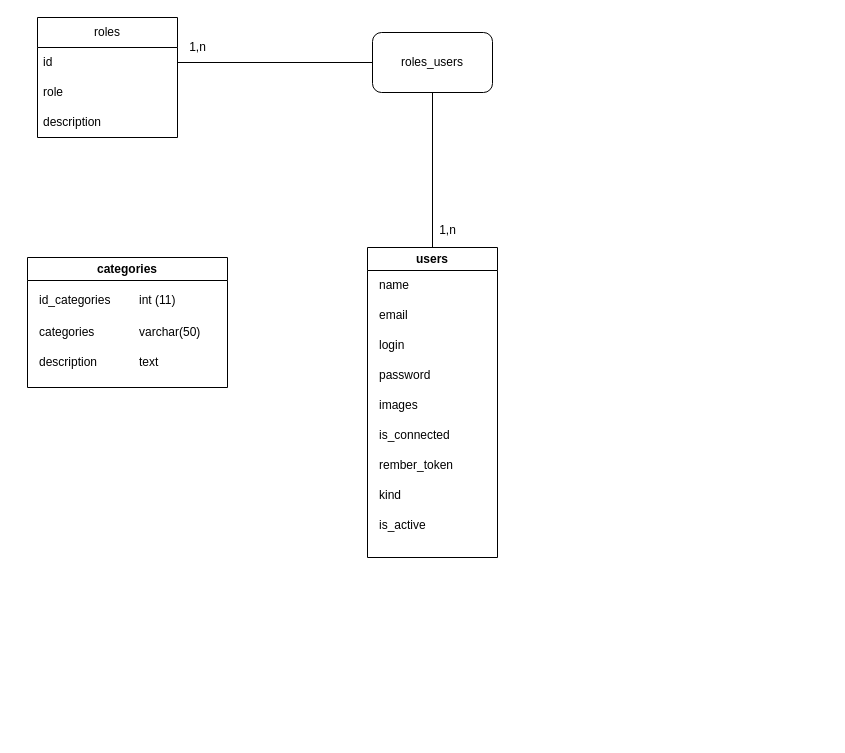
The draw.io diagram portefolio.drawio in bonheurKhmr/portefolio-backend, before the edit. Source tidied: cells renumbered, new cells numbered last; positions are measured from the earlier drawing's top-left corner, leaving out a move shared by most shapes. Both pictures are drawn from the tidied source at 100%, with x=0, y=0 at pixel (27, 17).
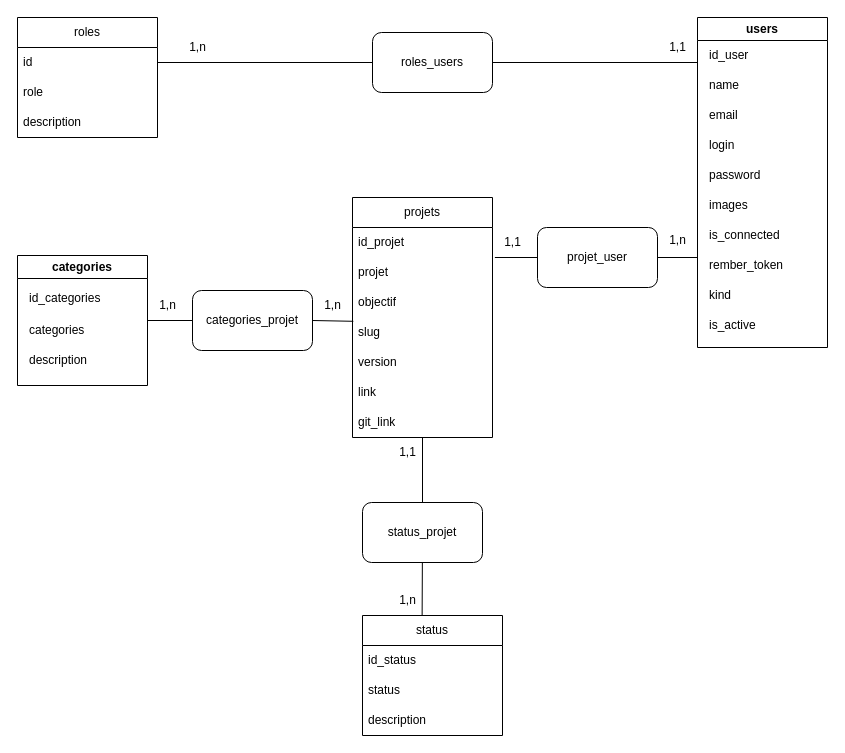
Above is the later version.

The change refers to these unchanged cells:
```xml
<mxCell id="23" value="roles_users" style="rounded=1;whiteSpace=wrap;html=1;textShadow=0;shadow=0;" parent="1" vertex="1">
  <mxGeometry x="345" y="15" width="120" height="60" as="geometry" />
</mxCell>
```

Diff of the diagram source:
```diff
@@
     <mxCell id="2" value="categories" style="swimlane;whiteSpace=wrap;html=1;" parent="1" vertex="1">
-      <mxGeometry y="240" width="200" height="130" as="geometry" />
+      <mxGeometry x="-10" y="238" width="130" height="130" as="geometry" />
     </mxCell>
@@
-    <mxCell id="6" value="&lt;div style=&quot;&quot;&gt;&lt;span style=&quot;background-color: initial;&quot;&gt;varchar(50&lt;/span&gt;&lt;span style=&quot;background-color: initial;&quot;&gt;)&lt;/span&gt;&lt;/div&gt;" style="text;html=1;align=left;verticalAlign=middle;strokeColor=none;fillColor=none;" parent="2" vertex="1">
-      <mxGeometry x="110" y="60" width="80" height="30" as="geometry" />
-    </mxCell>
-    <mxCell id="7" value="text" style="text;html=1;align=left;verticalAlign=middle;strokeColor=none;fillColor=none;" parent="2" vertex="1">
-      <mxGeometry x="110" y="90" width="40" height="30" as="geometry" />
-    </mxCell>
-    <mxCell id="8" value="int (11)" style="text;html=1;align=left;verticalAlign=middle;strokeColor=none;fillColor=none;" parent="1" vertex="1">
-      <mxGeometry x="110" y="268" width="60" height="30" as="geometry" />
-    </mxCell>
     <mxCell id="9" value="users" style="swimlane;whiteSpace=wrap;html=1;" parent="1" vertex="1">
-      <mxGeometry x="340" y="230" width="130" height="310" as="geometry" />
+      <mxGeometry x="670" width="130" height="330" as="geometry" />
     </mxCell>
-    <mxCell id="10" value="name" style="text;html=1;align=left;verticalAlign=middle;strokeColor=none;fillColor=none;" parent="9" vertex="1">
-      <mxGeometry x="10" y="23" width="50" height="30" as="geometry" />
+    <mxCell id="10" value="id_user" style="text;html=1;align=left;verticalAlign=middle;strokeColor=none;fillColor=none;" parent="9" vertex="1">
+      <mxGeometry x="10" y="23" width="60" height="30" as="geometry" />
     </mxCell>
-    <mxCell id="11" value="email" style="text;html=1;align=left;verticalAlign=middle;strokeColor=none;fillColor=none;" parent="9" vertex="1">
+    <mxCell id="11" value="name" style="text;html=1;align=left;verticalAlign=middle;strokeColor=none;fillColor=none;" parent="9" vertex="1">
       <mxGeometry x="10" y="53" width="50" height="30" as="geometry" />
     </mxCell>
-    <mxCell id="12" value="login" style="text;html=1;align=left;verticalAlign=middle;strokeColor=none;fillColor=none;" parent="9" vertex="1">
+    <mxCell id="12" value="email" style="text;html=1;align=left;verticalAlign=middle;strokeColor=none;fillColor=none;" parent="9" vertex="1">
       <mxGeometry x="10" y="83" width="50" height="30" as="geometry" />
     </mxCell>
-    <mxCell id="13" value="password" style="text;html=1;align=left;verticalAlign=middle;strokeColor=none;fillColor=none;" parent="9" vertex="1">
-      <mxGeometry x="10" y="113" width="70" height="30" as="geometry" />
+    <mxCell id="13" value="login" style="text;html=1;align=left;verticalAlign=middle;strokeColor=none;fillColor=none;" parent="9" vertex="1">
+      <mxGeometry x="10" y="113" width="50" height="30" as="geometry" />
     </mxCell>
-    <mxCell id="14" value="images" style="text;html=1;align=left;verticalAlign=middle;strokeColor=none;fillColor=none;" parent="9" vertex="1">
-      <mxGeometry x="10" y="143" width="60" height="30" as="geometry" />
+    <mxCell id="14" value="password" style="text;html=1;align=left;verticalAlign=middle;strokeColor=none;fillColor=none;" parent="9" vertex="1">
+      <mxGeometry x="10" y="143" width="70" height="30" as="geometry" />
     </mxCell>
-    <mxCell id="15" value="is_connected" style="text;html=1;align=left;verticalAlign=middle;strokeColor=none;fillColor=none;" parent="9" vertex="1">
-      <mxGeometry x="10" y="173" width="90" height="30" as="geometry" />
+    <mxCell id="15" value="images" style="text;html=1;align=left;verticalAlign=middle;strokeColor=none;fillColor=none;" parent="9" vertex="1">
+      <mxGeometry x="10" y="173" width="60" height="30" as="geometry" />
     </mxCell>
-    <mxCell id="16" value="rember_token" style="text;html=1;align=left;verticalAlign=middle;strokeColor=none;fillColor=none;" parent="9" vertex="1">
-      <mxGeometry x="10" y="203" width="100" height="30" as="geometry" />
+    <mxCell id="16" value="is_connected" style="text;html=1;align=left;verticalAlign=middle;strokeColor=none;fillColor=none;" parent="9" vertex="1">
+      <mxGeometry x="10" y="203" width="90" height="30" as="geometry" />
     </mxCell>
-    <mxCell id="17" value="kind" style="text;html=1;align=left;verticalAlign=middle;strokeColor=none;fillColor=none;" parent="9" vertex="1">
-      <mxGeometry x="10" y="233" width="50" height="30" as="geometry" />
+    <mxCell id="17" value="rember_token" style="text;html=1;align=left;verticalAlign=middle;strokeColor=none;fillColor=none;" parent="9" vertex="1">
+      <mxGeometry x="10" y="233" width="100" height="30" as="geometry" />
     </mxCell>
-    <mxCell id="18" value="is_active" style="text;html=1;align=left;verticalAlign=middle;strokeColor=none;fillColor=none;" parent="9" vertex="1">
-      <mxGeometry x="10" y="263" width="70" height="30" as="geometry" />
+    <mxCell id="18" value="kind" style="text;html=1;align=left;verticalAlign=middle;strokeColor=none;fillColor=none;" parent="9" vertex="1">
+      <mxGeometry x="10" y="263" width="50" height="30" as="geometry" />
     </mxCell>
+    <mxCell id="28" value="is_active" style="text;html=1;align=left;verticalAlign=middle;strokeColor=none;fillColor=none;" parent="9" vertex="1">
+      <mxGeometry x="10" y="293" width="70" height="30" as="geometry" />
+    </mxCell>
     <mxCell id="19" value="roles" style="swimlane;fontStyle=0;horizontal=1;startSize=30;whiteSpace=wrap;html=1;" parent="1" vertex="1">
-      <mxGeometry x="10" width="140" height="120" as="geometry" />
+      <mxGeometry x="-10" width="140" height="120" as="geometry" />
     </mxCell>
@@
-    <mxCell id="25" style="endArrow=none;html=1;rounded=0;" parent="1" edge="1" source="9" target="23">
-      <mxGeometry relative="1" as="geometry" />
-    </mxCell>
@@
-    <mxCell id="27" value="1,n" style="text;html=1;align=center;verticalAlign=middle;strokeColor=none;fillColor=none;" parent="1" vertex="1">
-      <mxGeometry x="400" y="198" width="40" height="30" as="geometry" />
-    </mxCell>
+    <mxCell id="29" value="status" style="swimlane;fontStyle=0;horizontal=1;startSize=30;whiteSpace=wrap;html=1;" parent="1" vertex="1">
+      <mxGeometry x="335" y="598" width="140" height="120" as="geometry" />
+    </mxCell>
+    <mxCell id="30" value="id_status" style="text;strokeColor=none;fillColor=none;align=left;verticalAlign=middle;spacingLeft=4;spacingRight=4;overflow=hidden;whiteSpace=wrap;html=1;" parent="29" vertex="1">
+      <mxGeometry y="30" width="140" height="30" as="geometry" />
+    </mxCell>
+    <mxCell id="31" value="status" style="text;strokeColor=none;fillColor=none;align=left;verticalAlign=middle;spacingLeft=4;spacingRight=4;overflow=hidden;whiteSpace=wrap;html=1;" parent="29" vertex="1">
+      <mxGeometry y="60" width="140" height="30" as="geometry" />
+    </mxCell>
+    <mxCell id="32" value="description" style="text;strokeColor=none;fillColor=none;align=left;verticalAlign=middle;spacingLeft=4;spacingRight=4;overflow=hidden;whiteSpace=wrap;html=1;" parent="29" vertex="1">
+      <mxGeometry y="90" width="140" height="30" as="geometry" />
+    </mxCell>
+    <mxCell id="33" style="endArrow=none;html=1;rounded=0;" parent="1" edge="1" target="23">
+      <mxGeometry relative="1" as="geometry">
+        <mxPoint x="670" y="45" as="sourcePoint" />
+      </mxGeometry>
+    </mxCell>
+    <mxCell id="34" value="1,1" style="text;html=1;align=center;verticalAlign=middle;strokeColor=none;fillColor=none;" parent="1" vertex="1">
+      <mxGeometry x="630" y="15" width="40" height="30" as="geometry" />
+    </mxCell>
+    <mxCell id="35" value="projets" style="swimlane;fontStyle=0;horizontal=1;startSize=30;whiteSpace=wrap;html=1;" parent="1" vertex="1">
+      <mxGeometry x="325" y="180" width="140" height="240" as="geometry" />
+    </mxCell>
+    <mxCell id="36" value="id_projet&lt;span style=&quot;white-space: pre;&quot;&gt;&#9;&lt;/span&gt;" style="text;strokeColor=none;fillColor=none;align=left;verticalAlign=middle;spacingLeft=4;spacingRight=4;overflow=hidden;points=[[0,0.5],[1,0.5]];portConstraint=eastwest;whiteSpace=wrap;html=1;" parent="35" vertex="1">
+      <mxGeometry y="30" width="140" height="30" as="geometry" />
+    </mxCell>
+    <mxCell id="37" value="projet" style="text;strokeColor=none;fillColor=none;align=left;verticalAlign=middle;spacingLeft=4;spacingRight=4;overflow=hidden;whiteSpace=wrap;html=1;" parent="35" vertex="1">
+      <mxGeometry y="60" width="140" height="30" as="geometry" />
+    </mxCell>
+    <mxCell id="38" value="objectif" style="text;strokeColor=none;fillColor=none;align=left;verticalAlign=middle;spacingLeft=4;spacingRight=4;overflow=hidden;whiteSpace=wrap;html=1;" parent="35" vertex="1">
+      <mxGeometry y="90" width="140" height="30" as="geometry" />
+    </mxCell>
+    <mxCell id="39" value="slug" style="text;strokeColor=none;fillColor=none;align=left;verticalAlign=middle;spacingLeft=4;spacingRight=4;overflow=hidden;points=[[0,0.5],[1,0.5]];portConstraint=eastwest;whiteSpace=wrap;html=1;" parent="35" vertex="1">
+      <mxGeometry y="120" width="140" height="30" as="geometry" />
+    </mxCell>
+    <mxCell id="40" value="version" style="text;strokeColor=none;fillColor=none;align=left;verticalAlign=middle;spacingLeft=4;spacingRight=4;overflow=hidden;whiteSpace=wrap;html=1;" parent="35" vertex="1">
+      <mxGeometry y="150" width="140" height="30" as="geometry" />
+    </mxCell>
+    <mxCell id="41" value="link" style="text;strokeColor=none;fillColor=none;align=left;verticalAlign=middle;spacingLeft=4;spacingRight=4;overflow=hidden;whiteSpace=wrap;html=1;" parent="35" vertex="1">
+      <mxGeometry y="180" width="140" height="30" as="geometry" />
+    </mxCell>
+    <mxCell id="42" value="git_link" style="text;strokeColor=none;fillColor=none;align=left;verticalAlign=middle;spacingLeft=4;spacingRight=4;overflow=hidden;points=[[0,0.5],[1,0.5]];portConstraint=eastwest;whiteSpace=wrap;html=1;" parent="35" vertex="1">
+      <mxGeometry y="210" width="140" height="30" as="geometry" />
+    </mxCell>
+    <mxCell id="43" value="projet_user" style="rounded=1;whiteSpace=wrap;html=1;" parent="1" vertex="1">
+      <mxGeometry x="510" y="210" width="120" height="60" as="geometry" />
+    </mxCell>
+    <mxCell id="44" style="endArrow=none;html=1;rounded=0;exitX=1.017;exitY=1;exitDx=0;exitDy=0;exitPerimeter=0;entryX=0;entryY=0.5;entryDx=0;entryDy=0;" parent="1" edge="1" source="36" target="43">
+      <mxGeometry relative="1" as="geometry" />
+    </mxCell>
+    <mxCell id="45" style="endArrow=none;html=1;rounded=0;entryX=1;entryY=0.5;entryDx=0;entryDy=0;" parent="1" edge="1" target="43">
+      <mxGeometry relative="1" as="geometry">
+        <mxPoint x="670" y="240" as="sourcePoint" />
+      </mxGeometry>
+    </mxCell>
+    <mxCell id="46" value="1,1" style="text;html=1;align=center;verticalAlign=middle;strokeColor=none;fillColor=none;" parent="1" vertex="1">
+      <mxGeometry x="465" y="210" width="40" height="30" as="geometry" />
+    </mxCell>
+    <mxCell id="47" value="1,n" style="text;html=1;align=center;verticalAlign=middle;strokeColor=none;fillColor=none;" parent="1" vertex="1">
+      <mxGeometry x="630" y="208" width="40" height="30" as="geometry" />
+    </mxCell>
+    <mxCell id="48" value="status_projet" style="rounded=1;whiteSpace=wrap;html=1;" parent="1" vertex="1">
+      <mxGeometry x="335" y="485" width="120" height="60" as="geometry" />
+    </mxCell>
+    <mxCell id="49" style="endArrow=none;html=1;rounded=0;exitX=0.426;exitY=-0.002;exitDx=0;exitDy=0;exitPerimeter=0;" parent="1" edge="1" source="29" target="48">
+      <mxGeometry relative="1" as="geometry" />
+    </mxCell>
+    <mxCell id="50" style="endArrow=none;html=1;rounded=0;entryX=0.5;entryY=0;entryDx=0;entryDy=0;" parent="1" edge="1" source="42" target="48">
+      <mxGeometry relative="1" as="geometry" />
+    </mxCell>
+    <mxCell id="51" value="1,1" style="text;html=1;align=center;verticalAlign=middle;strokeColor=none;fillColor=none;" parent="1" vertex="1">
+      <mxGeometry x="360" y="420" width="40" height="30" as="geometry" />
+    </mxCell>
+    <mxCell id="52" value="1,n" style="text;html=1;align=center;verticalAlign=middle;strokeColor=none;fillColor=none;" parent="1" vertex="1">
+      <mxGeometry x="360" y="568" width="40" height="30" as="geometry" />
+    </mxCell>
+    <mxCell id="53" value="categories_projet" style="rounded=1;whiteSpace=wrap;html=1;" parent="1" vertex="1">
+      <mxGeometry x="165" y="273" width="120" height="60" as="geometry" />
+    </mxCell>
+    <mxCell id="54" style="endArrow=none;html=1;rounded=0;exitX=1;exitY=0.5;exitDx=0;exitDy=0;entryX=0;entryY=0.5;entryDx=0;entryDy=0;" parent="1" edge="1" source="2" target="53">
+      <mxGeometry relative="1" as="geometry" />
+    </mxCell>
+    <mxCell id="55" style="endArrow=none;html=1;rounded=0;exitX=1;exitY=0.5;exitDx=0;exitDy=0;entryX=0.006;entryY=0.127;entryDx=0;entryDy=0;entryPerimeter=0;" parent="1" edge="1" source="53" target="39">
+      <mxGeometry relative="1" as="geometry" />
+    </mxCell>
+    <mxCell id="56" value="1,n" style="text;html=1;align=center;verticalAlign=middle;strokeColor=none;fillColor=none;" parent="1" vertex="1">
+      <mxGeometry x="120" y="273" width="40" height="30" as="geometry" />
+    </mxCell>
+    <mxCell id="57" value="1,n" style="text;html=1;align=center;verticalAlign=middle;strokeColor=none;fillColor=none;" parent="1" vertex="1">
+      <mxGeometry x="285" y="273" width="40" height="30" as="geometry" />
+    </mxCell>
```
